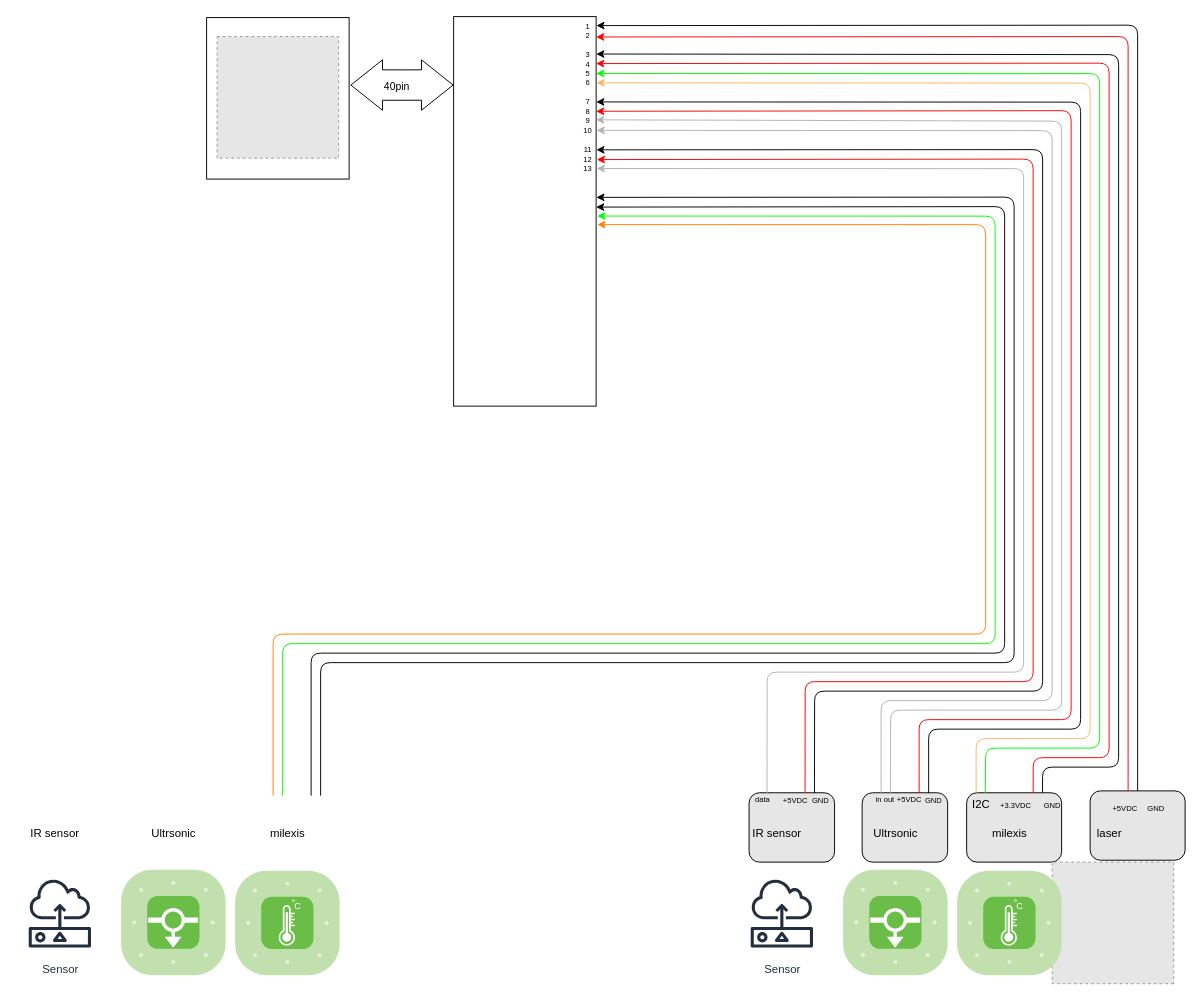
The draw.io diagram ribon-diagram.drawio in 2zlodey/4drawio, before the edit. Source tidied: cells renumbered, new cells numbered last; positions are measured from the earlier drawing's top-left corner, leaving out a move shared by most shapes. Both pictures are drawn from the tidied source at 95%, with x=0, y=0 at pixel (16, 16). Pictures stored in the file or linked from it are replaced by grey dashed boxes.
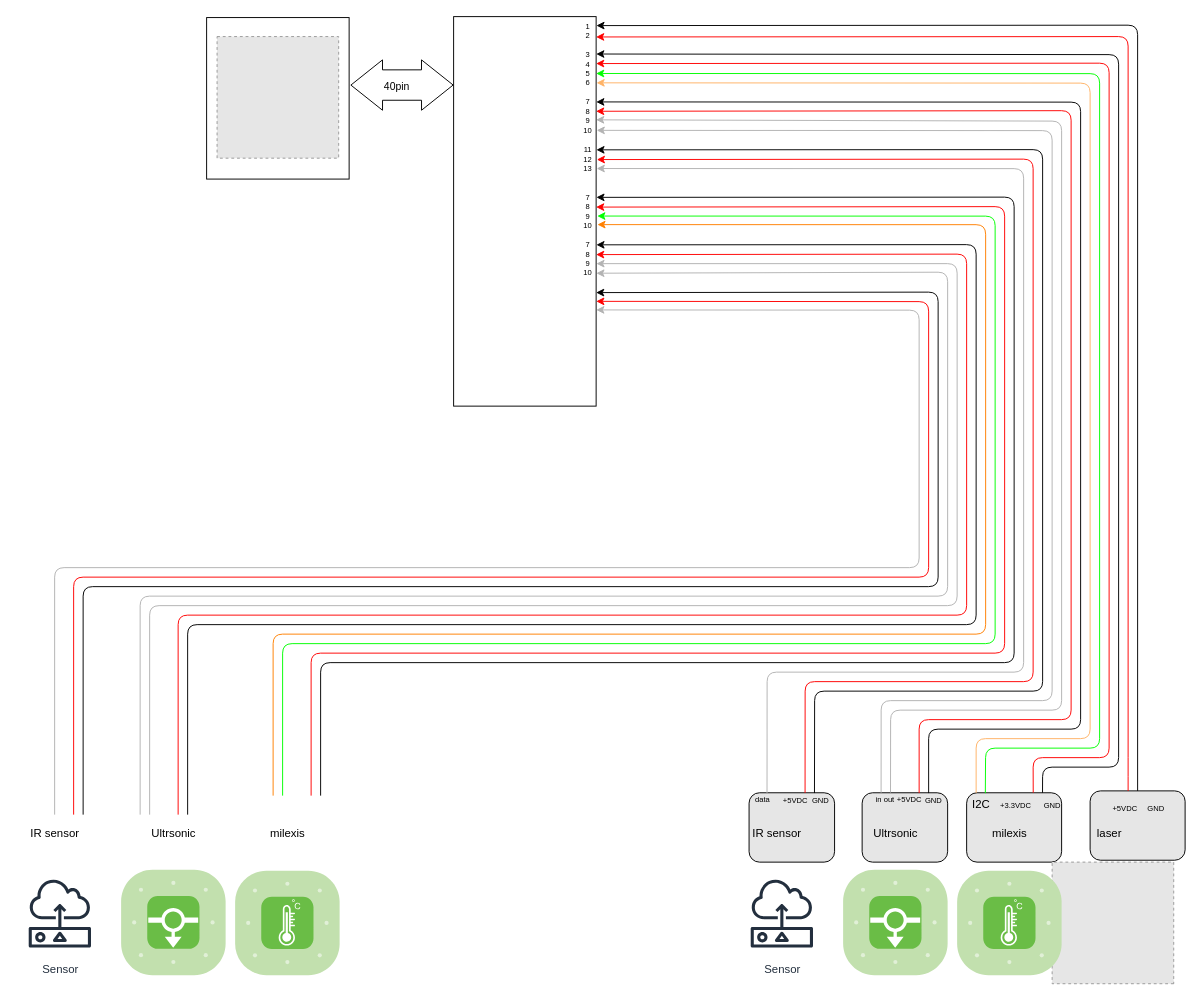
The same diagram, later.

Unchanged cells that the change refers to:
```xml
<mxCell id="9" style="rounded=0;whiteSpace=wrap;html=1;" parent="1" vertex="1">
  <mxGeometry x="460" width="150" height="410" as="geometry" />
</mxCell>
```

What changed in the source:
```diff
@@
-    <mxCell id="63" style="endArrow=classic;html=1;fontSize=8;entryX=1;entryY=0.489;entryDx=0;entryDy=0;entryPerimeter=0;" parent="1" edge="1" target="9">
+    <mxCell id="63" style="endArrow=classic;html=1;fontSize=8;entryX=1;entryY=0.489;entryDx=0;entryDy=0;entryPerimeter=0;strokeColor=#FF0000;" parent="1" edge="1" target="9">
       <mxGeometry relative="1" as="geometry">
         <mxPoint x="310" y="820" as="sourcePoint" />
         <Array as="points">
           <mxPoint x="310" y="670" />
           <mxPoint x="1040" y="670" />
           <mxPoint x="1040" y="200" />
         </Array>
       </mxGeometry>
     </mxCell>
@@
+    <mxCell id="66" style="endArrow=classic;html=1;fontSize=8;entryX=1.002;entryY=0.464;entryDx=0;entryDy=0;entryPerimeter=0;" parent="1" edge="1">
+      <mxGeometry relative="1" as="geometry">
+        <mxPoint x="180" y="840" as="sourcePoint" />
+        <mxPoint x="610.3" y="240.2" as="targetPoint" />
+        <Array as="points">
+          <mxPoint x="180" y="640" />
+          <mxPoint x="1010" y="640" />
+          <mxPoint x="1010" y="240" />
+        </Array>
+      </mxGeometry>
+    </mxCell>
+    <mxCell id="67" style="endArrow=classic;html=1;fontSize=8;entryX=1;entryY=0.489;entryDx=0;entryDy=0;entryPerimeter=0;strokeColor=#FF0000;" parent="1" edge="1">
+      <mxGeometry relative="1" as="geometry">
+        <mxPoint x="170" y="840" as="sourcePoint" />
+        <mxPoint x="610" y="250.5" as="targetPoint" />
+        <Array as="points">
+          <mxPoint x="170" y="630" />
+          <mxPoint x="1000" y="630" />
+          <mxPoint x="1000" y="250" />
+        </Array>
+      </mxGeometry>
+    </mxCell>
+    <mxCell id="68" style="endArrow=classic;html=1;fontSize=8;entryX=0.965;entryY=0;entryDx=0;entryDy=0;entryPerimeter=0;strokeColor=#B3B3B3;" parent="1" edge="1" target="77">
+      <mxGeometry relative="1" as="geometry">
+        <mxPoint x="140" y="840" as="sourcePoint" />
+        <Array as="points">
+          <mxPoint x="140" y="620" />
+          <mxPoint x="990" y="620" />
+          <mxPoint x="990" y="260" />
+        </Array>
+      </mxGeometry>
+    </mxCell>
+    <mxCell id="69" style="endArrow=classic;html=1;fontSize=8;entryX=0.962;entryY=0.505;entryDx=0;entryDy=0;entryPerimeter=0;strokeColor=#B3B3B3;" parent="1" edge="1" target="77">
+      <mxGeometry relative="1" as="geometry">
+        <mxPoint x="130" y="840" as="sourcePoint" />
+        <Array as="points">
+          <mxPoint x="130" y="610" />
+          <mxPoint x="980" y="610" />
+          <mxPoint x="980" y="269" />
+        </Array>
+      </mxGeometry>
+    </mxCell>
+    <mxCell id="70" value="7" style="text;html=1;align=center;verticalAlign=middle;fontSize=8;" parent="1" vertex="1">
+      <mxGeometry x="591" y="180" width="20" height="20" as="geometry" />
+    </mxCell>
+    <mxCell id="71" value="8" style="text;html=1;align=center;verticalAlign=middle;fontSize=8;" parent="1" vertex="1">
+      <mxGeometry x="591" y="190" width="20" height="20" as="geometry" />
+    </mxCell>
+    <mxCell id="72" value="9" style="text;html=1;align=center;verticalAlign=middle;fontSize=8;" parent="1" vertex="1">
+      <mxGeometry x="591" y="200" width="20" height="20" as="geometry" />
+    </mxCell>
+    <mxCell id="73" value="10" style="text;html=1;align=center;verticalAlign=middle;fontSize=8;" parent="1" vertex="1">
+      <mxGeometry x="591" y="210" width="20" height="20" as="geometry" />
+    </mxCell>
+    <mxCell id="74" value="7" style="text;html=1;align=center;verticalAlign=middle;fontSize=8;" parent="1" vertex="1">
+      <mxGeometry x="591" y="230" width="20" height="20" as="geometry" />
+    </mxCell>
+    <mxCell id="75" value="8" style="text;html=1;align=center;verticalAlign=middle;fontSize=8;" parent="1" vertex="1">
+      <mxGeometry x="591" y="240" width="20" height="20" as="geometry" />
+    </mxCell>
+    <mxCell id="76" value="9" style="text;html=1;align=center;verticalAlign=middle;fontSize=8;" parent="1" vertex="1">
+      <mxGeometry x="591" y="250" width="20" height="20" as="geometry" />
+    </mxCell>
+    <mxCell id="77" value="10" style="text;html=1;align=center;verticalAlign=middle;points=[];fontSize=8;" parent="1" vertex="1">
+      <mxGeometry x="591" y="260" width="20" height="20" as="geometry" />
+    </mxCell>
+    <mxCell id="78" style="endArrow=classic;html=1;fontSize=8;entryX=1;entryY=0.489;entryDx=0;entryDy=0;entryPerimeter=0;" parent="1" edge="1">
+      <mxGeometry relative="1" as="geometry">
+        <mxPoint x="70" y="840" as="sourcePoint" />
+        <mxPoint x="610" y="290.5" as="targetPoint" />
+        <Array as="points">
+          <mxPoint x="70" y="600" />
+          <mxPoint x="970" y="600" />
+          <mxPoint x="970" y="290" />
+        </Array>
+      </mxGeometry>
+    </mxCell>
+    <mxCell id="79" style="endArrow=classic;html=1;fontSize=8;entryX=1.001;entryY=0.731;entryDx=0;entryDy=0;entryPerimeter=0;strokeColor=#FF0000;" parent="1" edge="1" target="9">
+      <mxGeometry relative="1" as="geometry">
+        <mxPoint x="60" y="840" as="sourcePoint" />
+        <Array as="points">
+          <mxPoint x="60" y="590" />
+          <mxPoint x="960" y="590" />
+          <mxPoint x="960" y="300" />
+        </Array>
+      </mxGeometry>
+    </mxCell>
+    <mxCell id="80" style="endArrow=classic;html=1;fontSize=8;entryX=1.001;entryY=0.753;entryDx=0;entryDy=0;entryPerimeter=0;strokeColor=#B3B3B3;" parent="1" edge="1" target="9">
+      <mxGeometry relative="1" as="geometry">
+        <mxPoint x="40" y="840" as="sourcePoint" />
+        <Array as="points">
+          <mxPoint x="40" y="580" />
+          <mxPoint x="950" y="580" />
+          <mxPoint x="950" y="309" />
+        </Array>
+      </mxGeometry>
+    </mxCell>
```
